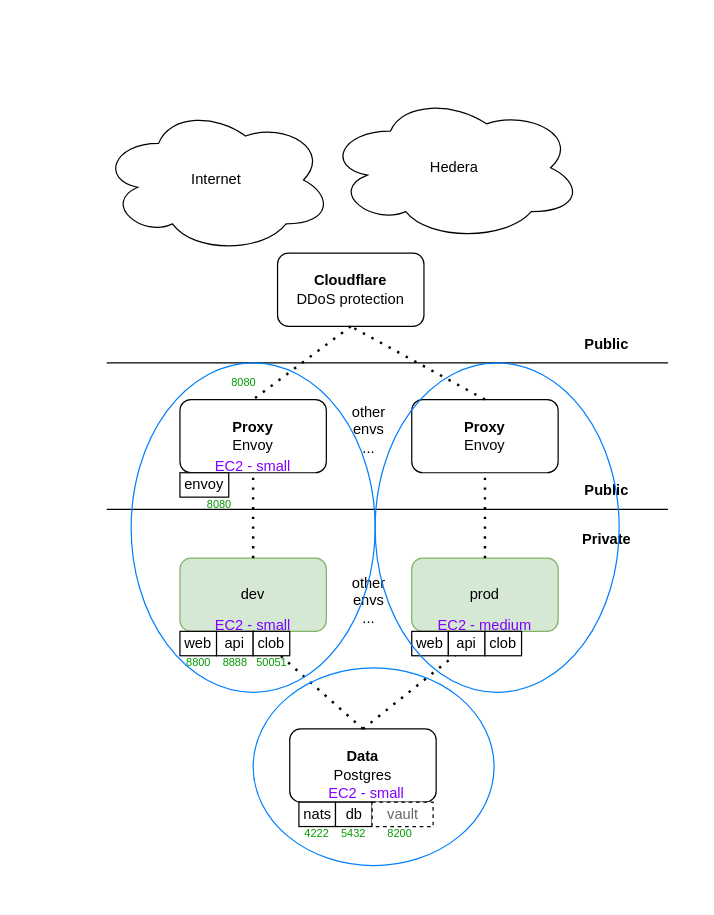
Before: resources/Predict.drawio in Amplified-Information/testing, a draw.io diagram. Source tidied: cells renumbered, new cells numbered last; positions are measured from the earlier drawing's top-left corner, leaving out a move shared by most shapes. Both pictures are drawn from the tidied source at 122%, with x=0, y=0 at pixel (100, 94). Pictures stored in the file or linked from it are replaced by grey dashed boxes.
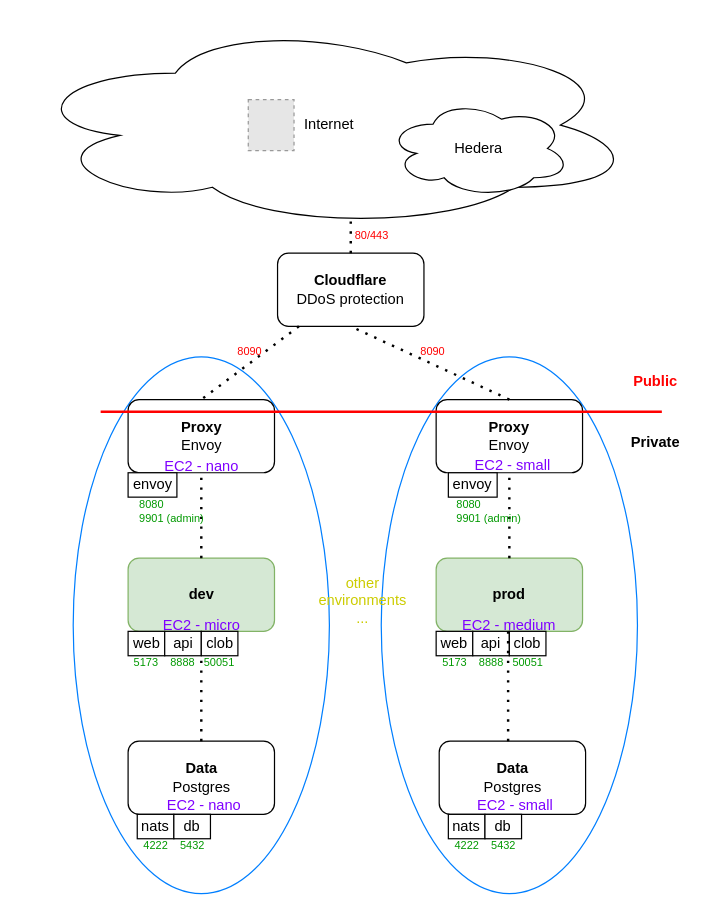
Above is the later version.

The change refers to these unchanged cells:
```xml
<mxCell id="14" value="&lt;b&gt;Cloudflare&lt;/b&gt;&lt;br&gt;DDoS protection" style="rounded=1;whiteSpace=wrap;html=1;" parent="1" vertex="1">
  <mxGeometry x="145" y="130" width="120" height="60" as="geometry" />
</mxCell>
```

Diff of the diagram source:
```diff
@@
+    <mxCell id="48" style="ellipse;whiteSpace=wrap;html=1;fillColor=none;strokeColor=#007FFF;" parent="1" vertex="1">
+      <mxGeometry x="-22.5" y="215" width="210" height="440" as="geometry" />
+    </mxCell>
+    <mxCell id="46" style="ellipse;whiteSpace=wrap;html=1;fillColor=none;strokeColor=#007FFF;" parent="1" vertex="1">
+      <mxGeometry x="230" y="215" width="210" height="440" as="geometry" />
+    </mxCell>
     <mxCell id="2" value="&lt;b&gt;Proxy&lt;/b&gt;&lt;br&gt;Envoy" style="rounded=1;whiteSpace=wrap;html=1;" parent="1" vertex="1">
-      <mxGeometry x="65" y="250" width="120" height="60" as="geometry" />
+      <mxGeometry x="22.5" y="250" width="120" height="60" as="geometry" />
     </mxCell>
     <mxCell id="3" value="&lt;b&gt;Data&lt;/b&gt;&lt;div&gt;Postgres&lt;/div&gt;" style="rounded=1;whiteSpace=wrap;html=1;" parent="1" vertex="1">
-      <mxGeometry x="155" y="520" width="120" height="60" as="geometry" />
+      <mxGeometry x="22.5" y="530" width="120" height="60" as="geometry" />
     </mxCell>
-    <mxCell id="4" value="dev" style="rounded=1;whiteSpace=wrap;html=1;fillColor=#d5e8d4;strokeColor=#82b366;" parent="1" vertex="1">
-      <mxGeometry x="65" y="380" width="120" height="60" as="geometry" />
+    <mxCell id="4" value="&lt;b&gt;dev&lt;/b&gt;" style="rounded=1;whiteSpace=wrap;html=1;fillColor=#d5e8d4;strokeColor=#82b366;" parent="1" vertex="1">
+      <mxGeometry x="22.5" y="380" width="120" height="60" as="geometry" />
     </mxCell>
-    <mxCell id="5" value="prod" style="rounded=1;whiteSpace=wrap;html=1;fillColor=#d5e8d4;strokeColor=#82b366;" parent="1" vertex="1">
-      <mxGeometry x="255" y="380" width="120" height="60" as="geometry" />
+    <mxCell id="5" value="&lt;b&gt;prod&lt;/b&gt;" style="rounded=1;whiteSpace=wrap;html=1;fillColor=#d5e8d4;strokeColor=#82b366;" parent="1" vertex="1">
+      <mxGeometry x="275" y="380" width="120" height="60" as="geometry" />
     </mxCell>
-    <mxCell id="6" value="other&lt;div&gt;envs&lt;/div&gt;&lt;div&gt;...&lt;/div&gt;" style="text;html=1;align=center;verticalAlign=middle;whiteSpace=wrap;rounded=0;" parent="1" vertex="1">
-      <mxGeometry x="190" y="400" width="60" height="30" as="geometry" />
+    <mxCell id="6" value="other&lt;div&gt;environments&lt;/div&gt;&lt;div&gt;...&lt;/div&gt;" style="text;html=1;align=center;verticalAlign=middle;whiteSpace=wrap;rounded=0;fontColor=#CCCC00;" parent="1" vertex="1">
+      <mxGeometry x="185" y="400" width="60" height="30" as="geometry" />
     </mxCell>
-    <mxCell id="7" style="endArrow=none;dashed=1;html=1;dashPattern=1 3;strokeWidth=2;rounded=0;exitX=0.5;exitY=0;exitDx=0;exitDy=0;entryX=0.5;entryY=1;entryDx=0;entryDy=0;" parent="1" edge="1" source="3" target="5">
-      <mxGeometry relative="1" as="geometry" />
-    </mxCell>
@@
-    <mxCell id="11" style="endArrow=none;html=1;rounded=0;" parent="1" edge="1">
-      <mxGeometry relative="1" as="geometry">
-        <mxPoint x="5" y="340" as="sourcePoint" />
-        <mxPoint x="465" y="340" as="targetPoint" />
-      </mxGeometry>
-    </mxCell>
-    <mxCell id="12" value="&lt;b&gt;Public&lt;/b&gt;" style="text;html=1;align=center;verticalAlign=middle;whiteSpace=wrap;rounded=0;" parent="1" vertex="1">
-      <mxGeometry x="385" y="310" width="60" height="30" as="geometry" />
+    <mxCell id="12" value="&lt;b&gt;Public&lt;/b&gt;" style="text;html=1;align=center;verticalAlign=middle;whiteSpace=wrap;rounded=0;fontColor=#FF0000;" parent="1" vertex="1">
+      <mxGeometry x="425" y="220" width="60" height="30" as="geometry" />
     </mxCell>
     <mxCell id="13" value="&lt;b&gt;Private&lt;/b&gt;" style="text;html=1;align=center;verticalAlign=middle;whiteSpace=wrap;rounded=0;" parent="1" vertex="1">
-      <mxGeometry x="385" y="350" width="60" height="30" as="geometry" />
+      <mxGeometry x="425" y="270" width="60" height="30" as="geometry" />
     </mxCell>
@@
-    <mxCell id="15" style="endArrow=none;dashed=1;html=1;dashPattern=1 3;strokeWidth=2;rounded=0;exitX=0.5;exitY=1;exitDx=0;exitDy=0;entryX=0.5;entryY=0;entryDx=0;entryDy=0;" parent="1" edge="1" source="14" target="2">
-      <mxGeometry relative="1" as="geometry" />
+    <mxCell id="15" style="endArrow=none;dashed=1;html=1;dashPattern=1 3;strokeWidth=2;rounded=0;exitX=0.5;exitY=1;exitDx=0;exitDy=0;entryX=0.5;entryY=0;entryDx=0;entryDy=0;" parent="1" edge="1" target="2">
+      <mxGeometry relative="1" as="geometry">
+        <mxPoint x="162.5" y="190" as="sourcePoint" />
+      </mxGeometry>
     </mxCell>
-    <mxCell id="16" value="&lt;font style=&quot;color: rgb(127, 0, 255);&quot;&gt;EC2 - small&lt;/font&gt;" style="text;html=1;align=center;verticalAlign=middle;whiteSpace=wrap;rounded=0;" parent="1" vertex="1">
-      <mxGeometry x="167.5" y="558" width="100" height="30" as="geometry" />
+    <mxCell id="16" value="&lt;font style=&quot;color: rgb(127, 0, 255);&quot;&gt;EC2 - nano&lt;/font&gt;" style="text;html=1;align=center;verticalAlign=middle;whiteSpace=wrap;rounded=0;" parent="1" vertex="1">
+      <mxGeometry x="35" y="568" width="100" height="30" as="geometry" />
     </mxCell>
-    <mxCell id="17" value="&lt;font style=&quot;color: rgb(127, 0, 255);&quot;&gt;EC2 - small&lt;/font&gt;" style="text;html=1;align=center;verticalAlign=middle;whiteSpace=wrap;rounded=0;" parent="1" vertex="1">
-      <mxGeometry x="75" y="420" width="100" height="30" as="geometry" />
+    <mxCell id="17" value="&lt;font style=&quot;color: rgb(127, 0, 255);&quot;&gt;EC2 - micro&lt;/font&gt;" style="text;html=1;align=center;verticalAlign=middle;whiteSpace=wrap;rounded=0;" parent="1" vertex="1">
+      <mxGeometry x="32.5" y="420" width="100" height="30" as="geometry" />
     </mxCell>
     <mxCell id="18" value="&lt;font style=&quot;color: rgb(127, 0, 255);&quot;&gt;EC2 - medium&lt;/font&gt;" style="text;html=1;align=center;verticalAlign=middle;whiteSpace=wrap;rounded=0;" parent="1" vertex="1">
-      <mxGeometry x="265" y="420" width="100" height="30" as="geometry" />
+      <mxGeometry x="285" y="420" width="100" height="30" as="geometry" />
     </mxCell>
-    <mxCell id="19" value="&lt;font style=&quot;color: rgb(127, 0, 255);&quot;&gt;EC2 - small&lt;/font&gt;" style="text;html=1;align=center;verticalAlign=middle;whiteSpace=wrap;rounded=0;" parent="1" vertex="1">
-      <mxGeometry x="75" y="290" width="100" height="30" as="geometry" />
+    <mxCell id="19" value="&lt;font style=&quot;color: rgb(127, 0, 255);&quot;&gt;EC2 - nano&lt;/font&gt;" style="text;html=1;align=center;verticalAlign=middle;whiteSpace=wrap;rounded=0;" parent="1" vertex="1">
+      <mxGeometry x="32.5" y="290" width="100" height="30" as="geometry" />
     </mxCell>
-    <mxCell id="20" style="endArrow=none;html=1;rounded=0;" parent="1" edge="1">
-      <mxGeometry relative="1" as="geometry">
-        <mxPoint x="5" y="220" as="sourcePoint" />
-        <mxPoint x="465" y="220" as="targetPoint" />
-      </mxGeometry>
-    </mxCell>
-    <mxCell id="21" value="&lt;b&gt;Public&lt;/b&gt;" style="text;html=1;align=center;verticalAlign=middle;whiteSpace=wrap;rounded=0;" parent="1" vertex="1">
-      <mxGeometry x="385" y="190" width="60" height="30" as="geometry" />
-    </mxCell>
     <mxCell id="22" value="web" style="rounded=0;whiteSpace=wrap;html=1;" parent="1" vertex="1">
-      <mxGeometry x="65" y="440" width="30" height="20" as="geometry" />
+      <mxGeometry x="22.5" y="440" width="30" height="20" as="geometry" />
     </mxCell>
     <mxCell id="23" value="api" style="rounded=0;whiteSpace=wrap;html=1;" parent="1" vertex="1">
-      <mxGeometry x="95" y="440" width="30" height="20" as="geometry" />
+      <mxGeometry x="52.5" y="440" width="30" height="20" as="geometry" />
     </mxCell>
     <mxCell id="24" value="clob" style="rounded=0;whiteSpace=wrap;html=1;" parent="1" vertex="1">
-      <mxGeometry x="125" y="440" width="30" height="20" as="geometry" />
+      <mxGeometry x="82.5" y="440" width="30" height="20" as="geometry" />
     </mxCell>
     <mxCell id="25" value="nats" style="rounded=0;whiteSpace=wrap;html=1;" parent="1" vertex="1">
-      <mxGeometry x="162.5" y="580" width="30" height="20" as="geometry" />
+      <mxGeometry x="30" y="590" width="30" height="20" as="geometry" />
     </mxCell>
-    <mxCell id="26" value="Hedera" style="ellipse;shape=cloud;whiteSpace=wrap;html=1;" parent="1" vertex="1">
-      <mxGeometry x="185" width="210" height="120" as="geometry" />
-    </mxCell>
     <mxCell id="27" value="Internet" style="ellipse;shape=cloud;whiteSpace=wrap;html=1;" parent="1" vertex="1">
-      <mxGeometry y="10" width="190" height="120" as="geometry" />
+      <mxGeometry x="-65" y="-60" width="505" height="170" as="geometry" />
     </mxCell>
     <mxCell id="28" value="web" style="rounded=0;whiteSpace=wrap;html=1;" parent="1" vertex="1">
-      <mxGeometry x="255" y="440" width="30" height="20" as="geometry" />
+      <mxGeometry x="275" y="440" width="30" height="20" as="geometry" />
     </mxCell>
     <mxCell id="29" value="api" style="rounded=0;whiteSpace=wrap;html=1;" parent="1" vertex="1">
-      <mxGeometry x="285" y="440" width="30" height="20" as="geometry" />
+      <mxGeometry x="305" y="440" width="30" height="20" as="geometry" />
     </mxCell>
     <mxCell id="30" value="clob" style="rounded=0;whiteSpace=wrap;html=1;" parent="1" vertex="1">
-      <mxGeometry x="315" y="440" width="30" height="20" as="geometry" />
+      <mxGeometry x="335" y="440" width="30" height="20" as="geometry" />
     </mxCell>
     <mxCell id="31" value="db" style="rounded=0;whiteSpace=wrap;html=1;" parent="1" vertex="1">
-      <mxGeometry x="192.5" y="580" width="30" height="20" as="geometry" />
+      <mxGeometry x="60" y="590" width="30" height="20" as="geometry" />
     </mxCell>
-    <mxCell id="32" value="&lt;font style=&quot;color: rgb(102, 102, 102);&quot;&gt;vault&lt;/font&gt;" style="rounded=0;whiteSpace=wrap;html=1;dashed=1;" parent="1" vertex="1">
-      <mxGeometry x="222.5" y="580" width="50" height="20" as="geometry" />
-    </mxCell>
     <mxCell id="33" value="envoy" style="rounded=0;whiteSpace=wrap;html=1;" parent="1" vertex="1">
-      <mxGeometry x="65" y="310" width="40" height="20" as="geometry" />
+      <mxGeometry x="22.5" y="310" width="40" height="20" as="geometry" />
     </mxCell>
     <mxCell id="34" value="&lt;font style=&quot;color: rgb(0, 153, 0); font-size: 9px;&quot;&gt;8888&lt;/font&gt;" style="text;html=1;whiteSpace=wrap;strokeColor=none;fillColor=none;align=center;verticalAlign=middle;rounded=0;" parent="1" vertex="1">
-      <mxGeometry x="87.5" y="460" width="45" height="10" as="geometry" />
+      <mxGeometry x="45" y="460" width="45" height="10" as="geometry" />
     </mxCell>
     <mxCell id="35" value="&lt;font style=&quot;color: rgb(0, 153, 0); font-size: 9px;&quot;&gt;50051&lt;/font&gt;" style="text;html=1;whiteSpace=wrap;strokeColor=none;fillColor=none;align=center;verticalAlign=middle;rounded=0;" parent="1" vertex="1">
-      <mxGeometry x="117.5" y="460" width="45" height="10" as="geometry" />
+      <mxGeometry x="75" y="460" width="45" height="10" as="geometry" />
     </mxCell>
-    <mxCell id="36" value="&lt;font style=&quot;color: rgb(0, 153, 0); font-size: 9px;&quot;&gt;8800&lt;/font&gt;" style="text;html=1;whiteSpace=wrap;strokeColor=none;fillColor=none;align=center;verticalAlign=middle;rounded=0;" parent="1" vertex="1">
-      <mxGeometry x="57.5" y="460" width="45" height="10" as="geometry" />
+    <mxCell id="36" value="&lt;font style=&quot;color: rgb(0, 153, 0); font-size: 9px;&quot;&gt;5173&lt;/font&gt;" style="text;html=1;whiteSpace=wrap;strokeColor=none;fillColor=none;align=center;verticalAlign=middle;rounded=0;" parent="1" vertex="1">
+      <mxGeometry x="15" y="460" width="45" height="10" as="geometry" />
     </mxCell>
     <mxCell id="37" value="&lt;font style=&quot;color: rgb(0, 153, 0); font-size: 9px;&quot;&gt;4222&lt;/font&gt;" style="text;html=1;whiteSpace=wrap;strokeColor=none;fillColor=none;align=center;verticalAlign=middle;rounded=0;" parent="1" vertex="1">
-      <mxGeometry x="155" y="600" width="45" height="10" as="geometry" />
+      <mxGeometry x="22.5" y="610" width="45" height="10" as="geometry" />
     </mxCell>
     <mxCell id="38" value="&lt;font style=&quot;color: rgb(0, 153, 0); font-size: 9px;&quot;&gt;5432&lt;/font&gt;" style="text;html=1;whiteSpace=wrap;strokeColor=none;fillColor=none;align=center;verticalAlign=middle;rounded=0;" parent="1" vertex="1">
-      <mxGeometry x="185" y="600" width="45" height="10" as="geometry" />
+      <mxGeometry x="52.5" y="610" width="45" height="10" as="geometry" />
     </mxCell>
-    <mxCell id="39" value="&lt;font style=&quot;color: rgb(0, 153, 0); font-size: 9px;&quot;&gt;8200&lt;/font&gt;" style="text;html=1;whiteSpace=wrap;strokeColor=none;fillColor=none;align=center;verticalAlign=middle;rounded=0;" parent="1" vertex="1">
-      <mxGeometry x="222.5" y="600" width="45" height="10" as="geometry" />
-    </mxCell>
-    <mxCell id="40" value="&lt;font style=&quot;color: rgb(0, 153, 0); font-size: 9px;&quot;&gt;8080&lt;/font&gt;" style="text;html=1;whiteSpace=wrap;strokeColor=none;fillColor=none;align=center;verticalAlign=middle;rounded=0;" parent="1" vertex="1">
-      <mxGeometry x="95" y="230" width="45" height="10" as="geometry" />
+    <mxCell id="40" value="&lt;font style=&quot;font-size: 9px; color: rgb(255, 0, 0);&quot;&gt;8090&lt;/font&gt;" style="text;html=1;whiteSpace=wrap;strokeColor=none;fillColor=none;align=center;verticalAlign=middle;rounded=0;" parent="1" vertex="1">
+      <mxGeometry x="100" y="205" width="45" height="10" as="geometry" />
     </mxCell>
-    <mxCell id="41" value="&lt;font style=&quot;color: rgb(0, 153, 0); font-size: 9px;&quot;&gt;8080&lt;/font&gt;" style="text;html=1;whiteSpace=wrap;strokeColor=none;fillColor=none;align=center;verticalAlign=middle;rounded=0;" parent="1" vertex="1">
-      <mxGeometry x="75" y="330" width="45" height="10" as="geometry" />
+    <mxCell id="41" value="&lt;div style=&quot;line-height: 100%;&quot;&gt;&lt;font style=&quot;color: rgb(0, 153, 0); font-size: 9px; line-height: 100%;&quot;&gt;8080&lt;/font&gt;&lt;div&gt;&lt;span style=&quot;color: light-dark(rgb(0, 153, 0), rgb(50, 181, 50)); font-size: 9px; background-color: transparent; line-height: 100%;&quot;&gt;9901 (admin)&lt;/span&gt;&lt;/div&gt;&lt;/div&gt;" style="text;html=1;whiteSpace=wrap;strokeColor=none;fillColor=none;align=left;verticalAlign=middle;rounded=0;" parent="1" vertex="1">
+      <mxGeometry x="30" y="335" width="95" height="10" as="geometry" />
     </mxCell>
     <mxCell id="42" value="&lt;b&gt;Proxy&lt;/b&gt;&lt;br&gt;Envoy" style="rounded=1;whiteSpace=wrap;html=1;" parent="1" vertex="1">
-      <mxGeometry x="255" y="250" width="120" height="60" as="geometry" />
+      <mxGeometry x="275" y="250" width="120" height="60" as="geometry" />
     </mxCell>
-    <mxCell id="43" value="other&lt;div&gt;envs&lt;/div&gt;&lt;div&gt;...&lt;/div&gt;" style="text;html=1;align=center;verticalAlign=middle;whiteSpace=wrap;rounded=0;" parent="1" vertex="1">
-      <mxGeometry x="190" y="260" width="60" height="30" as="geometry" />
-    </mxCell>
-    <mxCell id="44" style="endArrow=none;dashed=1;html=1;dashPattern=1 3;strokeWidth=2;rounded=0;exitX=0.5;exitY=0;exitDx=0;exitDy=0;entryX=0.5;entryY=1;entryDx=0;entryDy=0;" parent="1" edge="1" source="42" target="14">
+    <mxCell id="44" style="endArrow=none;dashed=1;html=1;dashPattern=1 3;strokeWidth=2;rounded=0;entryX=0.5;entryY=1;entryDx=0;entryDy=0;exitX=0.5;exitY=0;exitDx=0;exitDy=0;" parent="1" edge="1" source="42" target="14">
       <mxGeometry relative="1" as="geometry" />
     </mxCell>
-    <mxCell id="45" style="ellipse;whiteSpace=wrap;html=1;fillColor=none;strokeColor=#007FFF;" parent="1" vertex="1">
-      <mxGeometry x="25" y="220" width="200" height="270" as="geometry" />
-    </mxCell>
-    <mxCell id="46" style="ellipse;whiteSpace=wrap;html=1;fillColor=none;strokeColor=#007FFF;" parent="1" vertex="1">
-      <mxGeometry x="225" y="220" width="200" height="270" as="geometry" />
-    </mxCell>
-    <mxCell id="47" style="ellipse;whiteSpace=wrap;html=1;fillColor=none;strokeColor=#007FFF;" parent="1" vertex="1">
-      <mxGeometry x="125" y="470" width="197.5" height="162" as="geometry" />
-    </mxCell>
+    <mxCell id="49" value="envoy" style="rounded=0;whiteSpace=wrap;html=1;" parent="1" vertex="1">
+      <mxGeometry x="285" y="310" width="40" height="20" as="geometry" />
+    </mxCell>
+    <mxCell id="50" value="&lt;font style=&quot;color: rgb(127, 0, 255);&quot;&gt;EC2 - small&lt;/font&gt;" style="text;html=1;align=center;verticalAlign=middle;whiteSpace=wrap;rounded=0;" parent="1" vertex="1">
+      <mxGeometry x="287.5" y="289" width="100" height="30" as="geometry" />
+    </mxCell>
+    <mxCell id="51" value="&lt;b&gt;Data&lt;/b&gt;&lt;div&gt;Postgres&lt;/div&gt;" style="rounded=1;whiteSpace=wrap;html=1;" parent="1" vertex="1">
+      <mxGeometry x="277.5" y="530" width="120" height="60" as="geometry" />
+    </mxCell>
+    <mxCell id="52" value="&lt;font style=&quot;color: rgb(127, 0, 255);&quot;&gt;EC2 - small&lt;/font&gt;" style="text;html=1;align=center;verticalAlign=middle;whiteSpace=wrap;rounded=0;" parent="1" vertex="1">
+      <mxGeometry x="290" y="568" width="100" height="30" as="geometry" />
+    </mxCell>
+    <mxCell id="53" value="nats" style="rounded=0;whiteSpace=wrap;html=1;" parent="1" vertex="1">
+      <mxGeometry x="285" y="590" width="30" height="20" as="geometry" />
+    </mxCell>
+    <mxCell id="54" value="db" style="rounded=0;whiteSpace=wrap;html=1;" parent="1" vertex="1">
+      <mxGeometry x="315" y="590" width="30" height="20" as="geometry" />
+    </mxCell>
+    <mxCell id="55" value="&lt;font style=&quot;color: rgb(0, 153, 0); font-size: 9px;&quot;&gt;4222&lt;/font&gt;" style="text;html=1;whiteSpace=wrap;strokeColor=none;fillColor=none;align=center;verticalAlign=middle;rounded=0;" parent="1" vertex="1">
+      <mxGeometry x="277.5" y="610" width="45" height="10" as="geometry" />
+    </mxCell>
+    <mxCell id="56" value="&lt;font style=&quot;color: rgb(0, 153, 0); font-size: 9px;&quot;&gt;5432&lt;/font&gt;" style="text;html=1;whiteSpace=wrap;strokeColor=none;fillColor=none;align=center;verticalAlign=middle;rounded=0;" parent="1" vertex="1">
+      <mxGeometry x="307.5" y="610" width="45" height="10" as="geometry" />
+    </mxCell>
+    <mxCell id="57" style="endArrow=none;dashed=1;html=1;dashPattern=1 3;strokeWidth=2;rounded=0;exitX=0.5;exitY=0;exitDx=0;exitDy=0;entryX=0.5;entryY=1;entryDx=0;entryDy=0;" parent="1" edge="1">
+      <mxGeometry relative="1" as="geometry">
+        <mxPoint x="334" y="530" as="sourcePoint" />
+        <mxPoint x="334" y="440" as="targetPoint" />
+      </mxGeometry>
+    </mxCell>
+    <mxCell id="11" style="endArrow=none;html=1;rounded=0;fontColor=#FF0000;strokeColor=#FF0000;strokeWidth=2;" parent="1" edge="1">
+      <mxGeometry relative="1" as="geometry">
+        <mxPoint y="260" as="sourcePoint" />
+        <mxPoint x="460" y="260" as="targetPoint" />
+      </mxGeometry>
+    </mxCell>
+    <mxCell id="58" value="&lt;font style=&quot;color: rgb(0, 153, 0); font-size: 9px;&quot;&gt;50051&lt;/font&gt;" style="text;html=1;whiteSpace=wrap;strokeColor=none;fillColor=none;align=center;verticalAlign=middle;rounded=0;" parent="1" vertex="1">
+      <mxGeometry x="327.5" y="460" width="45" height="10" as="geometry" />
+    </mxCell>
+    <mxCell id="59" value="&lt;font style=&quot;color: rgb(0, 153, 0); font-size: 9px;&quot;&gt;5173&lt;/font&gt;" style="text;html=1;whiteSpace=wrap;strokeColor=none;fillColor=none;align=center;verticalAlign=middle;rounded=0;" parent="1" vertex="1">
+      <mxGeometry x="267.5" y="460" width="45" height="10" as="geometry" />
+    </mxCell>
+    <mxCell id="60" value="&lt;font style=&quot;color: rgb(0, 153, 0); font-size: 9px;&quot;&gt;8888&lt;/font&gt;" style="text;html=1;whiteSpace=wrap;strokeColor=none;fillColor=none;align=center;verticalAlign=middle;rounded=0;" parent="1" vertex="1">
+      <mxGeometry x="297.5" y="460" width="45" height="10" as="geometry" />
+    </mxCell>
+    <mxCell id="61" value="&lt;font style=&quot;font-size: 9px; color: rgb(255, 0, 0);&quot;&gt;8090&lt;/font&gt;" style="text;html=1;whiteSpace=wrap;strokeColor=none;fillColor=none;align=center;verticalAlign=middle;rounded=0;" parent="1" vertex="1">
+      <mxGeometry x="250" y="205" width="45" height="10" as="geometry" />
+    </mxCell>
+    <mxCell id="62" style="fillColor=#E6E6E6;strokeColor=#999999;dashed=1;verticalLabelPosition=bottom;labelBackgroundColor=default;verticalAlign=top;" parent="1" vertex="1">
+      <mxGeometry x="121" y="4.2" width="37.5" height="41.7" as="geometry" />
+    </mxCell>
+    <mxCell id="63" style="endArrow=none;dashed=1;html=1;dashPattern=1 3;strokeWidth=2;rounded=0;entryX=0.5;entryY=1;entryDx=0;entryDy=0;exitX=0.5;exitY=0;exitDx=0;exitDy=0;" parent="1" edge="1" source="14">
+      <mxGeometry relative="1" as="geometry">
+        <mxPoint x="205" y="100" as="targetPoint" />
+      </mxGeometry>
+    </mxCell>
+    <mxCell id="26" value="Hedera" style="ellipse;shape=cloud;whiteSpace=wrap;html=1;" parent="1" vertex="1">
+      <mxGeometry x="235" y="4.2" width="150" height="80" as="geometry" />
+    </mxCell>
+    <mxCell id="64" value="&lt;font style=&quot;font-size: 9px; color: rgb(255, 0, 0);&quot;&gt;80/443&lt;/font&gt;" style="text;html=1;whiteSpace=wrap;strokeColor=none;fillColor=none;align=center;verticalAlign=middle;rounded=0;" parent="1" vertex="1">
+      <mxGeometry x="200" y="110" width="45" height="10" as="geometry" />
+    </mxCell>
+    <mxCell id="65" value="&lt;div style=&quot;line-height: 100%;&quot;&gt;&lt;font style=&quot;color: rgb(0, 153, 0); font-size: 9px; line-height: 100%;&quot;&gt;8080&lt;/font&gt;&lt;div&gt;&lt;span style=&quot;color: light-dark(rgb(0, 153, 0), rgb(50, 181, 50)); font-size: 9px; background-color: transparent; line-height: 100%;&quot;&gt;9901 (admin)&lt;/span&gt;&lt;/div&gt;&lt;/div&gt;" style="text;html=1;whiteSpace=wrap;strokeColor=none;fillColor=none;align=left;verticalAlign=middle;rounded=0;" parent="1" vertex="1">
+      <mxGeometry x="290" y="335" width="95" height="10" as="geometry" />
+    </mxCell>
```
